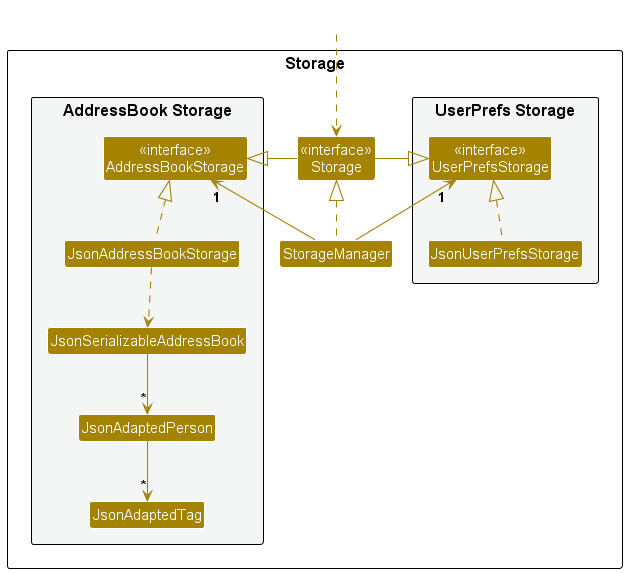
nus-cs2103-AY2425S1/tp keeps this PlantUML diagram as docs/images/StorageClassDiagram.png. Above is the earlier version.
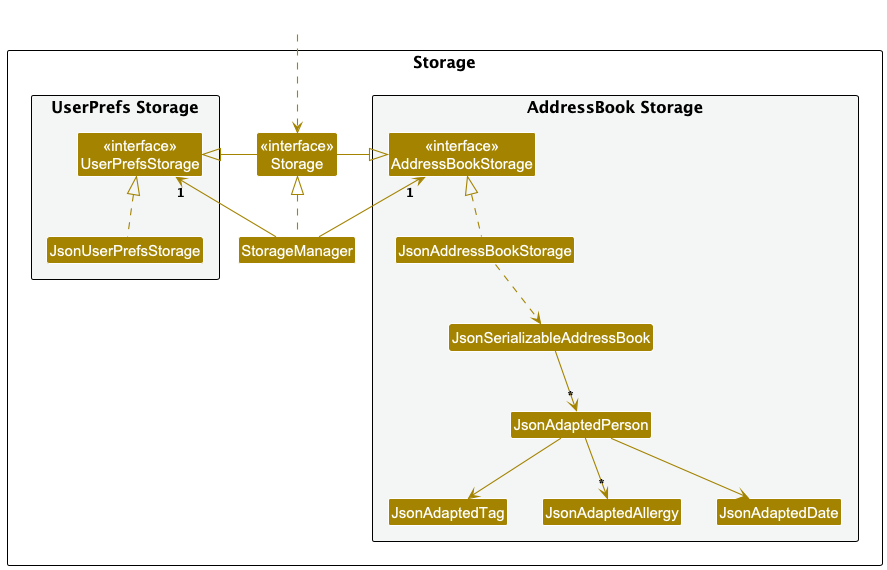
The same diagram one commit later.

Change to the diagram source:
```diff
@@ -20,6 +20,8 @@
 Class JsonSerializableAddressBook
 Class JsonAdaptedPerson
 Class JsonAdaptedTag
+Class JsonAdaptedAllergy
+Class JsonAdaptedDate
 }
 
 }
@@ -38,6 +40,7 @@
 JsonAddressBookStorage .up.|> AddressBookStorage
 JsonAddressBookStorage ..> JsonSerializableAddressBook
 JsonSerializableAddressBook --> "*" JsonAdaptedPerson
-JsonAdaptedPerson --> "*" JsonAdaptedTag
-
+JsonAdaptedPerson --> JsonAdaptedTag
+JsonAdaptedPerson --> JsonAdaptedDate
+JsonAdaptedPerson --> "*" JsonAdaptedAllergy
 @enduml
```
